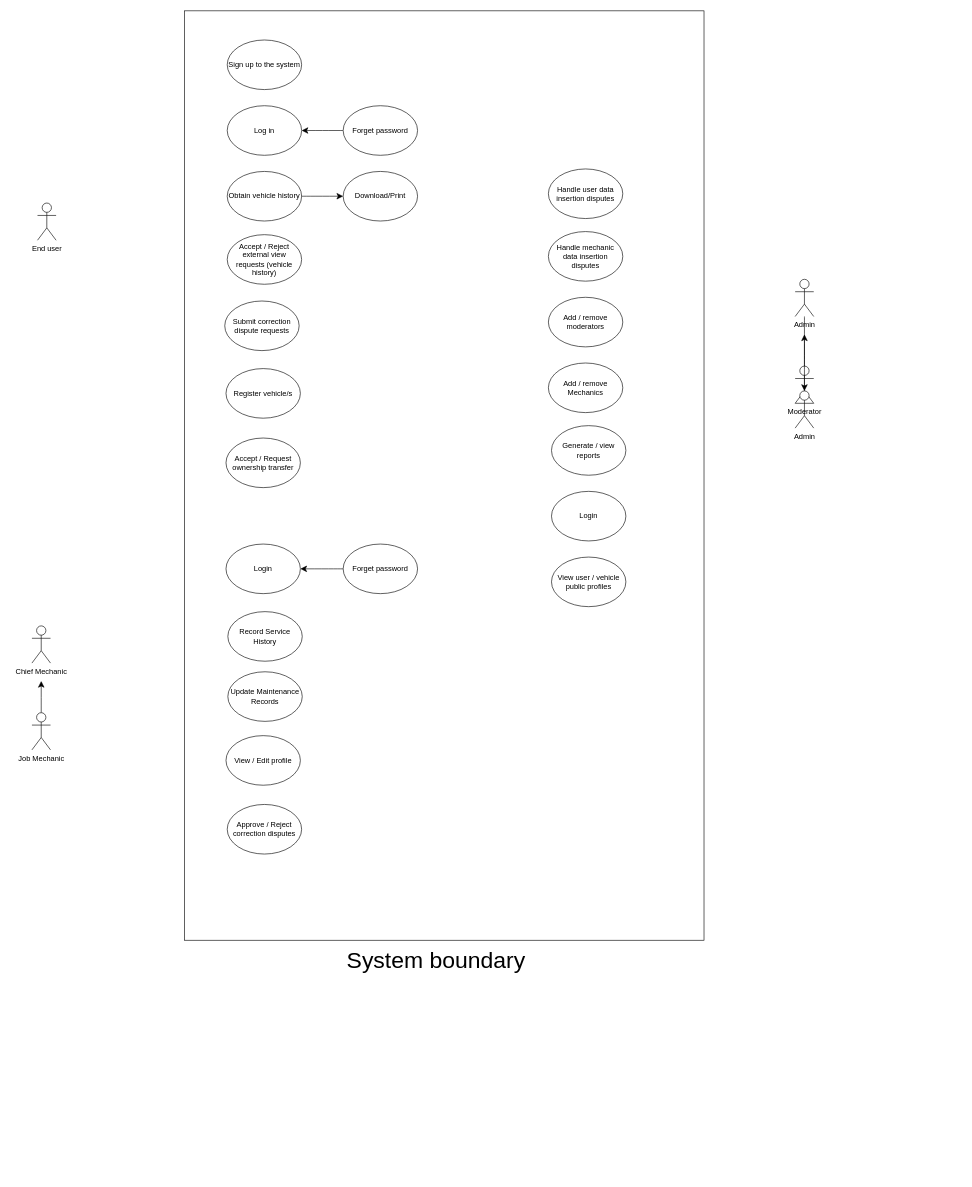
Before: Mech.drawio in HarithaSe/Misc, a draw.io diagram. Source tidied: cells renumbered, new cells numbered last; positions are measured from the earlier drawing's top-left corner, leaving out a move shared by most shapes. Both pictures are drawn from the tidied source at 62%, with x=0, y=0 at pixel (32, 11).
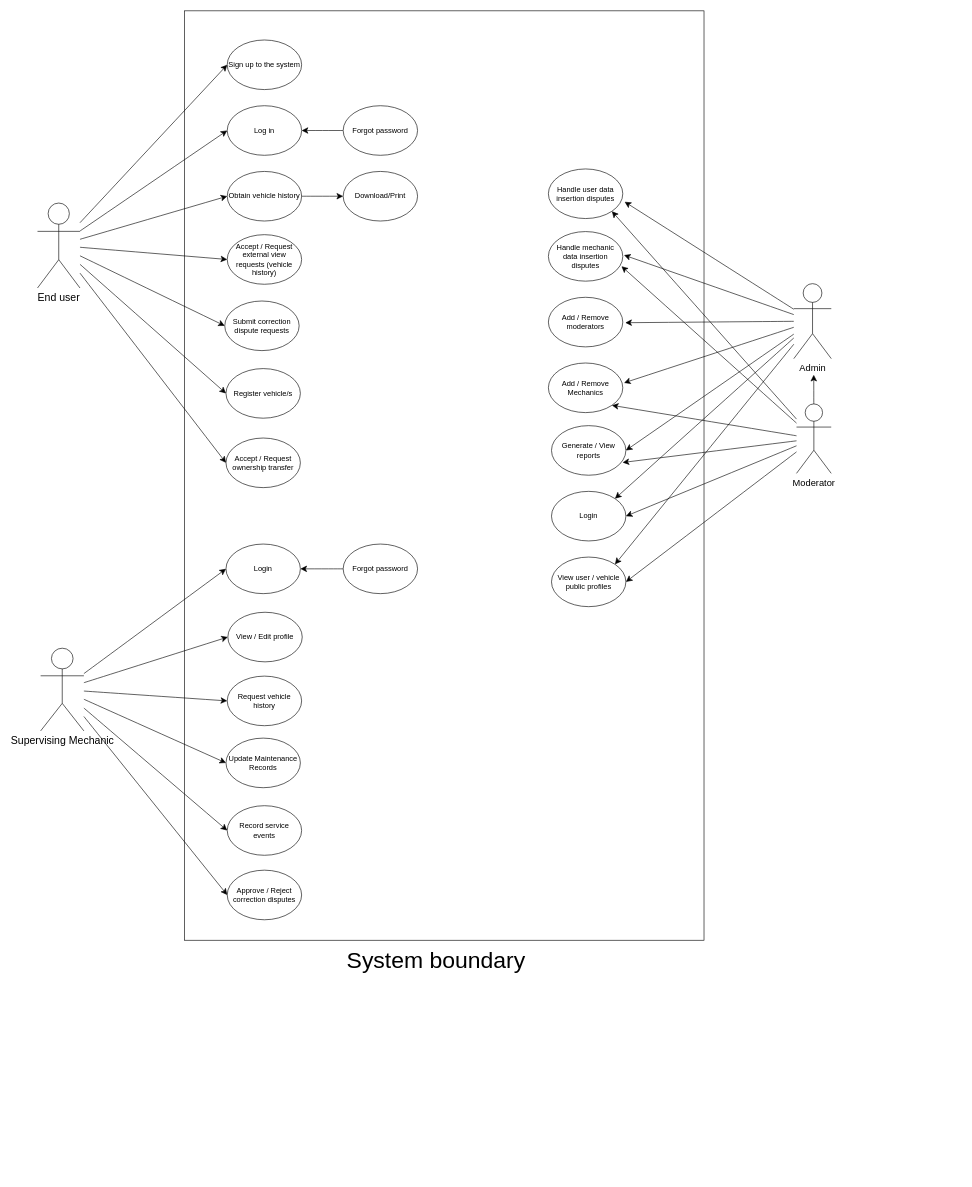
Above is the later version.

The change refers to these unchanged cells:
```xml
<mxCell id="10" style="group;" parent="1" vertex="1">
  <mxGeometry x="1151" y="289" width="348.5" height="706" as="geometry" />
</mxCell>
<mxCell id="18" value="Obtain vehicle history" style="ellipse;whiteSpace=wrap;html=1;" parent="17" vertex="1">
  <mxGeometry y="212" width="120" height="80" as="geometry" />
</mxCell>
<mxCell id="19" value="Sign up to the system" style="ellipse;whiteSpace=wrap;html=1;" parent="17" vertex="1">
  <mxGeometry width="120" height="80" as="geometry" />
</mxCell>
<mxCell id="20" value="Log in" style="ellipse;whiteSpace=wrap;html=1;" parent="17" vertex="1">
  <mxGeometry y="106" width="120" height="80" as="geometry" />
</mxCell>
<mxCell id="22" value="Accept / Request ownership transfer" style="ellipse;whiteSpace=wrap;html=1;" parent="21" vertex="1">
  <mxGeometry y="229" width="120" height="80" as="geometry" />
</mxCell>
<mxCell id="23" value="Submit correction dispute requests" style="ellipse;whiteSpace=wrap;html=1;" parent="21" vertex="1">
  <mxGeometry x="-2" y="8" width="120" height="80" as="geometry" />
</mxCell>
<mxCell id="24" value="Register vehicle/s" style="ellipse;whiteSpace=wrap;html=1;" parent="21" vertex="1">
  <mxGeometry y="117" width="120" height="80" as="geometry" />
</mxCell>
<mxCell id="31" value="Login" style="ellipse;whiteSpace=wrap;html=1;" parent="1" vertex="1">
  <mxGeometry x="313" y="860" width="120" height="80" as="geometry" />
</mxCell>
<mxCell id="36" style="group;" parent="35" vertex="1">
  <mxGeometry x="5" y="414" width="120" height="292" as="geometry" />
</mxCell>
<mxCell id="37" value="Login" style="ellipse;whiteSpace=wrap;html=1;" parent="36" vertex="1">
  <mxGeometry y="106" width="120" height="80" as="geometry" />
</mxCell>
<mxCell id="38" value="View user / vehicle public profiles" style="ellipse;whiteSpace=wrap;html=1;" parent="36" vertex="1">
  <mxGeometry y="212" width="120" height="80" as="geometry" />
</mxCell>
<mxCell id="40" style="group;" parent="35" vertex="1">
  <mxGeometry y="101" width="120" height="292" as="geometry" />
</mxCell>
<mxCell id="43" value="Handle mechanic data insertion disputes" style="ellipse;whiteSpace=wrap;html=1;" parent="40" vertex="1">
  <mxGeometry width="120" height="80" as="geometry" />
</mxCell>
<mxCell id="44" value="Handle user data insertion disputes" style="ellipse;whiteSpace=wrap;html=1;" parent="35" vertex="1">
  <mxGeometry width="120" height="80" as="geometry" />
</mxCell>
```

Change to the diagram source:
```diff
@@
     <mxCell id="3" style="group;" parent="1" vertex="1">
-      <mxGeometry x="300" y="960" width="120" height="292" as="geometry" />
+      <mxGeometry x="300" y="961" width="146" height="369" as="geometry" />
     </mxCell>
     <mxCell id="4" value="Update Maintenance Records" style="ellipse;whiteSpace=wrap;html=1;" parent="3" vertex="1">
-      <mxGeometry x="16" y="106" width="120" height="80" as="geometry" />
+      <mxGeometry x="13" y="212" width="120" height="80" as="geometry" />
     </mxCell>
-    <mxCell id="5" value="Record Service History" style="ellipse;whiteSpace=wrap;html=1;" parent="3" vertex="1">
+    <mxCell id="5" value="View / Edit profile" style="ellipse;whiteSpace=wrap;html=1;" parent="3" vertex="1">
       <mxGeometry x="16" y="9" width="120" height="80" as="geometry" />
     </mxCell>
     <mxCell id="6" style="group;" parent="1" vertex="1">
-      <mxGeometry y="992" width="30" height="200" as="geometry" />
+      <mxGeometry x="9" y="1021" width="862" height="859" as="geometry" />
     </mxCell>
-    <mxCell id="7" value="Chief Mechanic" style="shape=umlActor;verticalLabelPosition=bottom;verticalAlign=top;html=1;outlineConnect=0;" parent="6" vertex="1">
-      <mxGeometry width="30" height="60" as="geometry" />
+    <mxCell id="7" value="&lt;font style=&quot;font-size: 17px;&quot;&gt;Supervising Mechanic&lt;/font&gt;" style="shape=umlActor;verticalLabelPosition=bottom;verticalAlign=top;html=1;outlineConnect=0;" parent="6" vertex="1">
+      <mxGeometry x="5" y="7" width="69.8" height="133.4" as="geometry" />
     </mxCell>
-    <mxCell id="8" style="edgeStyle=none;curved=1;rounded=0;jettySize=auto;html=1;fontSize=12;startSize=8;endSize=8;" parent="6" edge="1" source="9">
-      <mxGeometry relative="1" as="geometry">
-        <mxPoint x="15" y="88.9" as="targetPoint" />
-      </mxGeometry>
-    </mxCell>
-    <mxCell id="9" value="Job Mechanic" style="shape=umlActor;verticalLabelPosition=bottom;verticalAlign=top;html=1;outlineConnect=0;" parent="6" vertex="1">
-      <mxGeometry y="140" width="30" height="60" as="geometry" />
-    </mxCell>
@@
     <mxCell id="11" style="group;" parent="10" vertex="1">
-      <mxGeometry x="80" y="144" width="30" height="200" as="geometry" />
+      <mxGeometry x="80" y="144" width="60.5" height="252" as="geometry" />
     </mxCell>
-    <mxCell id="12" value="Admin" style="shape=umlActor;verticalLabelPosition=bottom;verticalAlign=top;html=1;outlineConnect=0;" parent="11" vertex="1">
-      <mxGeometry width="30" height="60" as="geometry" />
+    <mxCell id="12" value="&lt;font style=&quot;font-size: 15px;&quot;&gt;Admin&lt;/font&gt;" style="shape=umlActor;verticalLabelPosition=bottom;verticalAlign=top;html=1;outlineConnect=0;" parent="11" vertex="1">
+      <mxGeometry x="-2.2" y="7" width="60.5" height="121" as="geometry" />
     </mxCell>
-    <mxCell id="13" style="edgeStyle=none;curved=1;rounded=0;jettySize=auto;html=1;fontSize=12;startSize=8;endSize=8;" parent="11" edge="1" source="14">
-      <mxGeometry relative="1" as="geometry">
-        <mxPoint x="15" y="88.9" as="targetPoint" />
-      </mxGeometry>
-    </mxCell>
+    <mxCell id="47" style="edgeStyle=none;curved=1;rounded=0;jettySize=auto;html=1;fontSize=12;startSize=8;endSize=8;" parent="11" edge="1" source="14">
+      <mxGeometry relative="1" as="geometry">
+        <mxPoint x="30" y="154" as="targetPoint" />
+      </mxGeometry>
+    </mxCell>
-    <mxCell id="14" value="Moderator" style="shape=umlActor;verticalLabelPosition=bottom;verticalAlign=top;html=1;outlineConnect=0;" parent="11" vertex="1">
-      <mxGeometry y="140" width="30" height="60" as="geometry" />
+    <mxCell id="14" value="&lt;font style=&quot;font-size: 15px;&quot;&gt;Moderator&lt;/font&gt;" style="shape=umlActor;verticalLabelPosition=bottom;verticalAlign=top;html=1;outlineConnect=0;" parent="11" vertex="1">
+      <mxGeometry x="2.2" y="201" width="56" height="112" as="geometry" />
     </mxCell>
-    <mxCell id="15" value="Admin" style="shape=umlActor;verticalLabelPosition=bottom;verticalAlign=top;html=1;outlineConnect=0;" parent="1" vertex="1">
-      <mxGeometry x="1231" y="613" width="30" height="60" as="geometry" />
-    </mxCell>
-    <mxCell id="16" style="edgeStyle=none;curved=1;rounded=0;jettySize=auto;html=1;fontSize=12;startSize=8;endSize=8;" parent="1" edge="1" source="12" target="15">
-      <mxGeometry relative="1" as="geometry" />
-    </mxCell>
@@
-    <mxCell id="26" value="Forget password" style="ellipse;whiteSpace=wrap;html=1;" parent="1" vertex="1">
+    <mxCell id="26" value="Forgot password" style="ellipse;whiteSpace=wrap;html=1;" parent="1" vertex="1">
       <mxGeometry x="502" y="153" width="120" height="80" as="geometry" />
     </mxCell>
@@
-    <mxCell id="29" value="Approve / Reject correction disputes" style="ellipse;whiteSpace=wrap;html=1;" parent="1" vertex="1">
-      <mxGeometry x="315" y="1280" width="120" height="80" as="geometry" />
-    </mxCell>
-    <mxCell id="30" value="View / Edit profile" style="ellipse;whiteSpace=wrap;html=1;" parent="1" vertex="1">
-      <mxGeometry x="313" y="1169" width="120" height="80" as="geometry" />
+    <mxCell id="30" value="Record service events" style="ellipse;whiteSpace=wrap;html=1;" parent="1" vertex="1">
+      <mxGeometry x="315" y="1282" width="120" height="80" as="geometry" />
     </mxCell>
@@
-    <mxCell id="33" value="Forget password" style="ellipse;whiteSpace=wrap;html=1;" parent="1" vertex="1">
+    <mxCell id="33" value="Forgot password" style="ellipse;whiteSpace=wrap;html=1;" parent="1" vertex="1">
       <mxGeometry x="502" y="860" width="120" height="80" as="geometry" />
     </mxCell>
-    <mxCell id="34" value="Accept / Reject external view requests (vehicle history)" style="ellipse;whiteSpace=wrap;html=1;" parent="1" vertex="1">
+    <mxCell id="34" value="Accept / Request external view requests (vehicle history)" style="ellipse;whiteSpace=wrap;html=1;" parent="1" vertex="1">
       <mxGeometry x="315" y="361" width="120" height="80" as="geometry" />
     </mxCell>
@@
-    <mxCell id="39" value="Generate / view reports" style="ellipse;whiteSpace=wrap;html=1;" parent="36" vertex="1">
+    <mxCell id="39" value="Generate / View reports" style="ellipse;whiteSpace=wrap;html=1;" parent="36" vertex="1">
       <mxGeometry width="120" height="80" as="geometry" />
     </mxCell>
@@
-    <mxCell id="41" value="Add / remove moderators" style="ellipse;whiteSpace=wrap;html=1;" parent="40" vertex="1">
+    <mxCell id="41" value="Add / Remove moderators" style="ellipse;whiteSpace=wrap;html=1;" parent="40" vertex="1">
       <mxGeometry y="106" width="120" height="80" as="geometry" />
     </mxCell>
-    <mxCell id="42" value="Add / remove Mechanics" style="ellipse;whiteSpace=wrap;html=1;" parent="40" vertex="1">
+    <mxCell id="42" value="Add / Remove Mechanics" style="ellipse;whiteSpace=wrap;html=1;" parent="40" vertex="1">
       <mxGeometry y="212" width="120" height="80" as="geometry" />
     </mxCell>
@@
+    <mxCell id="48" style="edgeStyle=none;curved=1;rounded=0;jettySize=auto;html=1;fontSize=12;startSize=8;endSize=8;entryX=0;entryY=0.5;entryDx=0;entryDy=0;" parent="1" edge="1" source="46" target="20">
+      <mxGeometry relative="1" as="geometry" />
+    </mxCell>
+    <mxCell id="49" style="edgeStyle=none;curved=1;rounded=0;jettySize=auto;html=1;fontSize=12;startSize=8;endSize=8;entryX=0;entryY=0.5;entryDx=0;entryDy=0;" parent="1" edge="1" source="46" target="18">
+      <mxGeometry relative="1" as="geometry" />
+    </mxCell>
+    <mxCell id="50" style="edgeStyle=none;curved=1;rounded=0;jettySize=auto;html=1;fontSize=12;startSize=8;endSize=8;entryX=0;entryY=0.5;entryDx=0;entryDy=0;" parent="1" edge="1" source="46" target="34">
+      <mxGeometry relative="1" as="geometry" />
+    </mxCell>
+    <mxCell id="51" style="edgeStyle=none;curved=1;rounded=0;jettySize=auto;html=1;fontSize=12;startSize=8;endSize=8;entryX=0;entryY=0.5;entryDx=0;entryDy=0;" parent="1" edge="1" source="46" target="23">
+      <mxGeometry relative="1" as="geometry" />
+    </mxCell>
+    <mxCell id="52" style="edgeStyle=none;curved=1;rounded=0;jettySize=auto;html=1;fontSize=12;startSize=8;endSize=8;entryX=0;entryY=0.5;entryDx=0;entryDy=0;" parent="1" edge="1" source="46" target="24">
+      <mxGeometry relative="1" as="geometry" />
+    </mxCell>
+    <mxCell id="53" style="edgeStyle=none;curved=1;rounded=0;jettySize=auto;html=1;fontSize=12;startSize=8;endSize=8;entryX=0;entryY=0.5;entryDx=0;entryDy=0;" parent="1" edge="1" source="46" target="22">
+      <mxGeometry relative="1" as="geometry" />
+    </mxCell>
+    <mxCell id="54" style="edgeStyle=none;curved=1;rounded=0;jettySize=auto;html=1;fontSize=12;startSize=8;endSize=8;entryX=0;entryY=0.5;entryDx=0;entryDy=0;" parent="1" edge="1" source="46" target="19">
+      <mxGeometry relative="1" as="geometry" />
+    </mxCell>
-    <mxCell id="46" value="End user" style="shape=umlActor;verticalLabelPosition=bottom;verticalAlign=top;html=1;outlineConnect=0;" parent="1" vertex="1">
-      <mxGeometry x="9" y="310" width="30" height="60" as="geometry" />
+    <mxCell id="46" value="&lt;font style=&quot;font-size: 17px;&quot;&gt;End user&lt;/font&gt;" style="shape=umlActor;verticalLabelPosition=bottom;verticalAlign=top;html=1;outlineConnect=0;" parent="1" vertex="1">
+      <mxGeometry x="9" y="310" width="68.5" height="137" as="geometry" />
     </mxCell>
+    <mxCell id="55" style="edgeStyle=none;curved=1;rounded=0;jettySize=auto;html=1;fontSize=12;startSize=8;endSize=8;" parent="1" edge="1" source="12">
+      <mxGeometry relative="1" as="geometry">
+        <mxPoint x="956" y="308" as="targetPoint" />
+      </mxGeometry>
+    </mxCell>
+    <mxCell id="56" style="edgeStyle=none;curved=1;rounded=0;jettySize=auto;html=1;fontSize=12;startSize=8;endSize=8;" parent="1" edge="1" source="12">
+      <mxGeometry relative="1" as="geometry">
+        <mxPoint x="955" y="394" as="targetPoint" />
+      </mxGeometry>
+    </mxCell>
+    <mxCell id="57" style="edgeStyle=none;curved=1;rounded=0;jettySize=auto;html=1;fontSize=12;startSize=8;endSize=8;entryX=1;entryY=0.5;entryDx=0;entryDy=0;" parent="1" edge="1" source="14" target="37">
+      <mxGeometry relative="1" as="geometry" />
+    </mxCell>
+    <mxCell id="58" style="edgeStyle=none;curved=1;rounded=0;jettySize=auto;html=1;fontSize=12;startSize=8;endSize=8;" parent="1" edge="1" source="12">
+      <mxGeometry relative="1" as="geometry">
+        <mxPoint x="957" y="503" as="targetPoint" />
+      </mxGeometry>
+    </mxCell>
+    <mxCell id="59" style="edgeStyle=none;curved=1;rounded=0;jettySize=auto;html=1;fontSize=12;startSize=8;endSize=8;" parent="1" edge="1" source="12">
+      <mxGeometry relative="1" as="geometry">
+        <mxPoint x="955" y="600" as="targetPoint" />
+      </mxGeometry>
+    </mxCell>
+    <mxCell id="60" style="edgeStyle=none;curved=1;rounded=0;jettySize=auto;html=1;fontSize=12;startSize=8;endSize=8;entryX=1;entryY=0.5;entryDx=0;entryDy=0;" parent="1" edge="1" source="12" target="39">
+      <mxGeometry relative="1" as="geometry" />
+    </mxCell>
+    <mxCell id="61" style="edgeStyle=none;curved=1;rounded=0;jettySize=auto;html=1;fontSize=12;startSize=8;endSize=8;entryX=1;entryY=0;entryDx=0;entryDy=0;" parent="1" edge="1" source="12" target="37">
+      <mxGeometry relative="1" as="geometry" />
+    </mxCell>
+    <mxCell id="62" style="edgeStyle=none;curved=1;rounded=0;jettySize=auto;html=1;fontSize=12;startSize=8;endSize=8;entryX=1;entryY=0.5;entryDx=0;entryDy=0;" parent="1" edge="1" source="14" target="38">
+      <mxGeometry relative="1" as="geometry" />
+    </mxCell>
+    <mxCell id="63" style="edgeStyle=none;curved=1;rounded=0;jettySize=auto;html=1;fontSize=12;startSize=8;endSize=8;entryX=1;entryY=0;entryDx=0;entryDy=0;" parent="1" edge="1" source="12" target="38">
+      <mxGeometry relative="1" as="geometry" />
+    </mxCell>
+    <mxCell id="64" style="edgeStyle=none;curved=1;rounded=0;jettySize=auto;html=1;fontSize=12;startSize=8;endSize=8;entryX=0.956;entryY=0.743;entryDx=0;entryDy=0;entryPerimeter=0;" parent="1" edge="1" source="14" target="39">
+      <mxGeometry relative="1" as="geometry" />
+    </mxCell>
+    <mxCell id="65" style="edgeStyle=none;curved=1;rounded=0;jettySize=auto;html=1;fontSize=12;startSize=8;endSize=8;entryX=1;entryY=1;entryDx=0;entryDy=0;" parent="1" edge="1" source="14" target="42">
+      <mxGeometry relative="1" as="geometry" />
+    </mxCell>
+    <mxCell id="66" style="edgeStyle=none;curved=1;rounded=0;jettySize=auto;html=1;fontSize=12;startSize=8;endSize=8;entryX=0.983;entryY=0.7;entryDx=0;entryDy=0;entryPerimeter=0;" parent="1" edge="1" source="14" target="43">
+      <mxGeometry relative="1" as="geometry" />
+    </mxCell>
+    <mxCell id="67" style="edgeStyle=none;curved=1;rounded=0;jettySize=auto;html=1;fontSize=12;startSize=8;endSize=8;entryX=1;entryY=1;entryDx=0;entryDy=0;" parent="1" edge="1" source="14" target="44">
+      <mxGeometry relative="1" as="geometry" />
+    </mxCell>
+    <mxCell id="68" style="edgeStyle=none;curved=1;rounded=0;jettySize=auto;html=1;fontSize=12;startSize=8;endSize=8;entryX=0;entryY=0.5;entryDx=0;entryDy=0;" parent="1" edge="1" source="7" target="31">
+      <mxGeometry relative="1" as="geometry" />
+    </mxCell>
+    <mxCell id="69" style="edgeStyle=none;curved=1;rounded=0;jettySize=auto;html=1;fontSize=12;startSize=8;endSize=8;entryX=0;entryY=0.5;entryDx=0;entryDy=0;" parent="1" edge="1" source="7" target="5">
+      <mxGeometry relative="1" as="geometry" />
+    </mxCell>
+    <mxCell id="70" style="edgeStyle=none;curved=1;rounded=0;jettySize=auto;html=1;fontSize=12;startSize=8;endSize=8;entryX=0;entryY=0.5;entryDx=0;entryDy=0;" parent="1" edge="1" source="7" target="4">
+      <mxGeometry relative="1" as="geometry" />
+    </mxCell>
+    <mxCell id="71" style="edgeStyle=none;curved=1;rounded=0;jettySize=auto;html=1;fontSize=12;startSize=8;endSize=8;entryX=0;entryY=0.5;entryDx=0;entryDy=0;" parent="1" edge="1" source="7" target="30">
+      <mxGeometry relative="1" as="geometry" />
+    </mxCell>
+    <mxCell id="72" style="edgeStyle=none;curved=1;rounded=0;jettySize=auto;html=1;fontSize=12;startSize=8;endSize=8;entryX=0;entryY=0.5;entryDx=0;entryDy=0;" parent="1" edge="1" source="7" target="73">
+      <mxGeometry relative="1" as="geometry" />
+    </mxCell>
+    <mxCell id="73" value="Approve / Reject correction disputes" style="ellipse;whiteSpace=wrap;html=1;" parent="1" vertex="1">
+      <mxGeometry x="315" y="1386" width="120" height="80" as="geometry" />
+    </mxCell>
+    <mxCell id="29" value="Request vehicle history" style="ellipse;whiteSpace=wrap;html=1;" parent="1" vertex="1">
+      <mxGeometry x="315" y="1073" width="120" height="80" as="geometry" />
+    </mxCell>
+    <mxCell id="74" style="edgeStyle=none;curved=1;rounded=0;jettySize=auto;html=1;fontSize=12;startSize=8;endSize=8;entryX=0;entryY=0.5;entryDx=0;entryDy=0;" parent="1" edge="1" source="7" target="29">
+      <mxGeometry relative="1" as="geometry" />
+    </mxCell>
```
